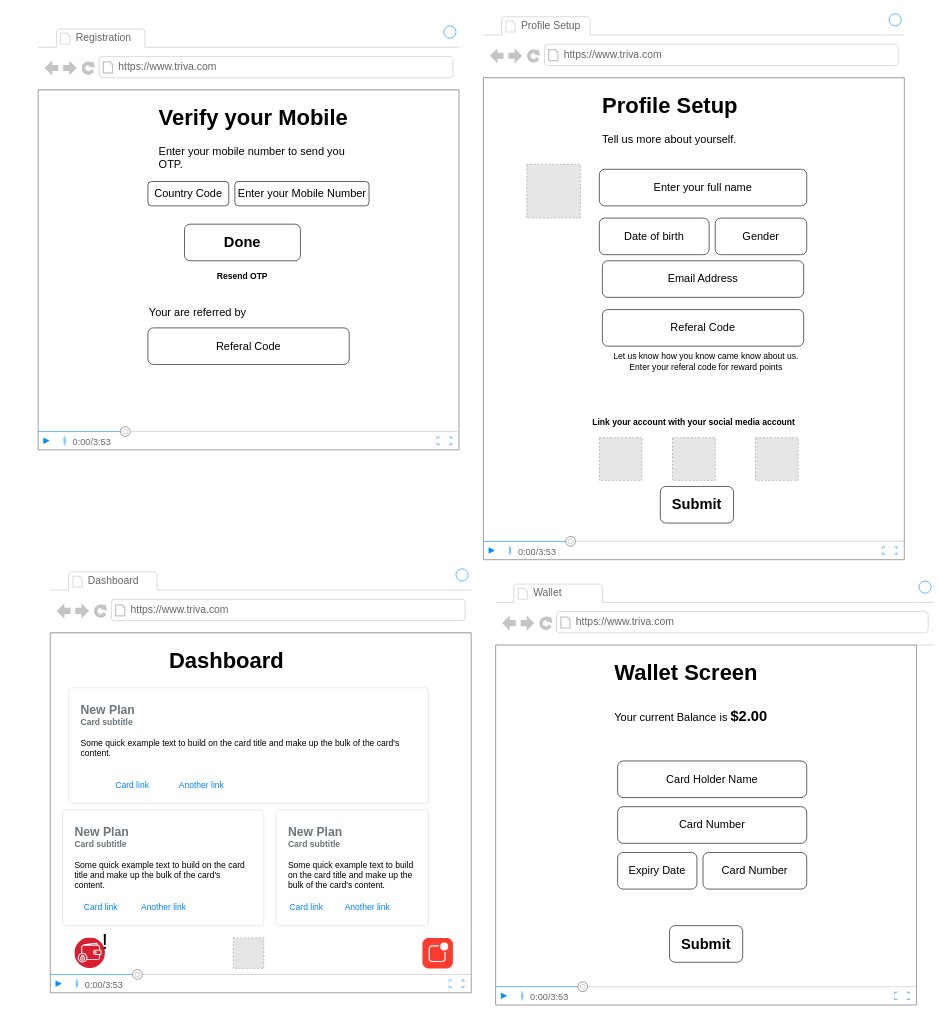
This is Triva_Registration_V2.drawio from Adityacs001/snippet, a draw.io file, before an edit. Source tidied: cells renumbered, new cells numbered last; positions are measured from the earlier drawing's top-left corner, leaving out a move shared by most shapes. Both pictures are drawn from the tidied source at 61%, with x=0, y=0 at pixel (38, 10). Pictures stored in the file or linked from it are replaced by grey dashed boxes.
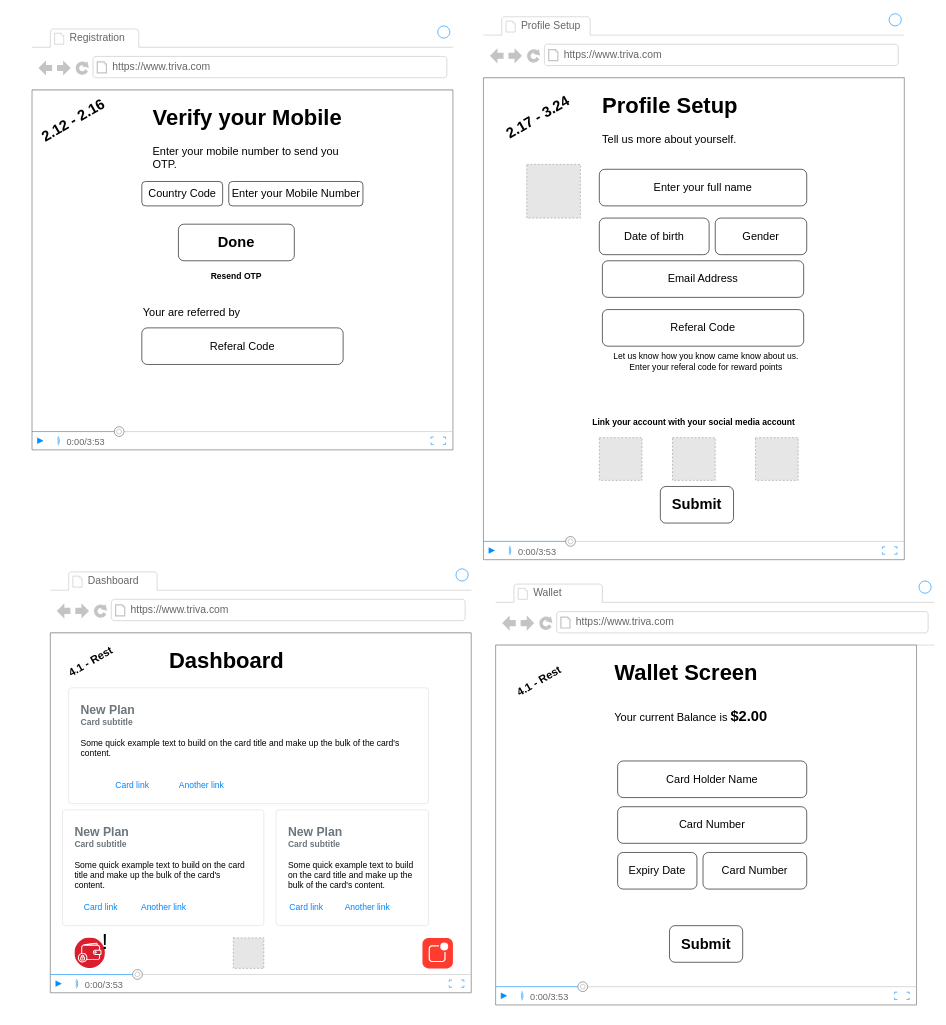
The same page after the edit.

Unchanged cells that the change refers to:
```xml
<mxCell id="13" style="strokeWidth=1;shadow=0;dashed=0;align=center;html=1;shape=mxgraph.mockup.containers.browserWindow;rSize=0;strokeColor2=#008cff;strokeColor3=#c4c4c4;mainText=,;strokeColor=#FFFFFF;fontColor=#FFFFFF;" parent="1" vertex="1">
  <mxGeometry x="730" width="690" height="900" as="geometry" />
</mxCell>
<mxCell id="30" style="strokeWidth=1;shadow=0;dashed=0;align=center;html=1;shape=mxgraph.mockup.containers.browserWindow;rSize=0;strokeColor2=#008cff;strokeColor3=#c4c4c4;mainText=,;strokeColor=#FFFFFF;fontColor=#FFFFFF;" parent="1" vertex="1">
  <mxGeometry x="20" y="910" width="690" height="700" as="geometry" />
</mxCell>
<mxCell id="48" style="strokeWidth=1;shadow=0;dashed=0;align=center;html=1;shape=mxgraph.mockup.containers.browserWindow;rSize=0;strokeColor2=#008cff;strokeColor3=#c4c4c4;mainText=,;strokeColor=#FFFFFF;fontColor=#FFFFFF;" parent="1" vertex="1">
  <mxGeometry x="750" y="930" width="719" height="716" as="geometry" />
</mxCell>
```

The edit, as a diff of the source:
```diff
@@
     <mxCell id="2" style="strokeWidth=1;shadow=0;dashed=0;align=center;html=1;shape=mxgraph.mockup.containers.browserWindow;rSize=0;strokeColor2=#008cff;strokeColor3=#c4c4c4;mainText=,;strokeColor=#FFFFFF;fontColor=#FFFFFF;" parent="1" vertex="1">
-      <mxGeometry y="20" width="690" height="700" as="geometry" />
+      <mxGeometry x="-10" y="20" width="690" height="700" as="geometry" />
     </mxCell>
@@
+    <mxCell id="58" value="&lt;h1&gt;&lt;font style=&quot;font-size: 24px&quot;&gt;2.12 - 2.16&lt;/font&gt;&lt;/h1&gt;" style="text;html=1;strokeColor=none;fillColor=none;spacing=5;spacingTop=-20;whiteSpace=wrap;overflow=hidden;rounded=0;fontSize=36;rotation=-30;" parent="2" vertex="1">
+      <mxGeometry y="60" width="137.5" height="176.7" as="geometry" />
+    </mxCell>
@@
+    <mxCell id="59" value="&lt;h1&gt;&lt;font style=&quot;font-size: 24px&quot;&gt;2.17 - 3.24&lt;/font&gt;&lt;/h1&gt;" style="text;html=1;strokeColor=none;fillColor=none;spacing=5;spacingTop=-20;whiteSpace=wrap;overflow=hidden;rounded=0;fontSize=36;rotation=-30;" parent="13" vertex="1">
+      <mxGeometry x="21.5" y="75.3" width="137.5" height="176.7" as="geometry" />
+    </mxCell>
@@
+    <mxCell id="60" value="&lt;h1&gt;&lt;font style=&quot;font-size: 18px&quot;&gt;4.1 - Rest&lt;/font&gt;&lt;/h1&gt;" style="text;html=1;strokeColor=none;fillColor=none;spacing=5;spacingTop=-20;whiteSpace=wrap;overflow=hidden;rounded=0;fontSize=36;rotation=-30;" parent="30" vertex="1">
+      <mxGeometry x="-5" y="38" width="190" height="120" as="geometry" />
+    </mxCell>
@@
+    <mxCell id="61" value="&lt;h1&gt;&lt;font style=&quot;font-size: 18px&quot;&gt;4.1 - Rest&lt;/font&gt;&lt;/h1&gt;" style="text;html=1;strokeColor=none;fillColor=none;spacing=5;spacingTop=-20;whiteSpace=wrap;overflow=hidden;rounded=0;fontSize=36;rotation=-30;" parent="48" vertex="1">
+      <mxGeometry y="50" width="190" height="120" as="geometry" />
+    </mxCell>
```
